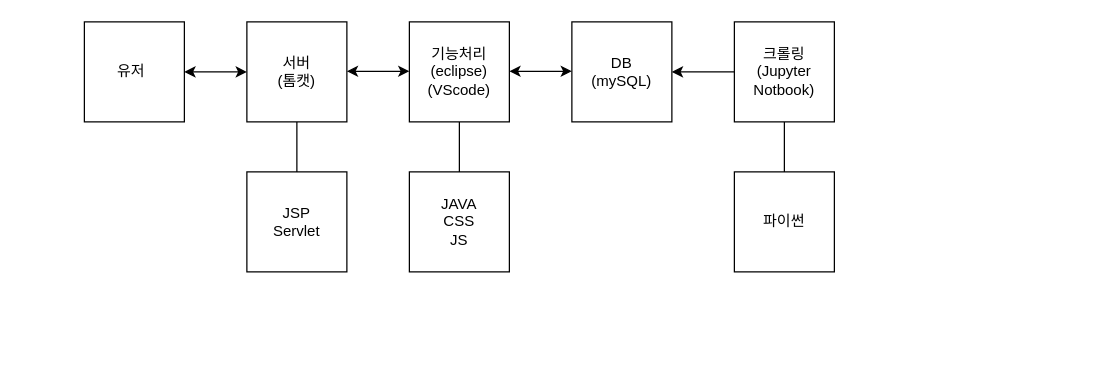
This is 제목 없는 다이어그램.drawio from OhJangRyeol/ai8erd, a draw.io file, before an edit. Source tidied: cells renumbered, new cells numbered last; positions are measured from the earlier drawing's top-left corner, leaving out a move shared by most shapes. Both pictures are drawn from the tidied source at 125%, with x=0, y=0 at pixel (84, 21).
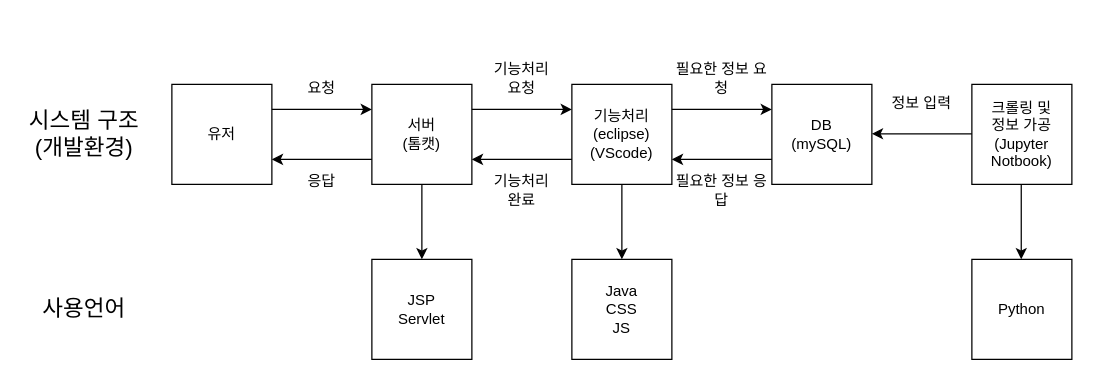
The same page after the edit.

Commit message (it also covers changes not shown here):
제목 없는 다이어그램.drawio 업데이트

What changed in the source:
```diff
@@
+    <mxCell id="5" value="유저" style="whiteSpace=wrap;html=1;" parent="1" vertex="1">
+      <mxGeometry x="70" y="50" width="80" height="80" as="geometry" />
+    </mxCell>
     <mxCell id="2" value="서버&lt;br&gt;(톰캣)" style="whiteSpace=wrap;html=1;" parent="1" vertex="1">
-      <mxGeometry x="130" width="80" height="80" as="geometry" />
+      <mxGeometry x="230" y="50" width="80" height="80" as="geometry" />
     </mxCell>
     <mxCell id="3" value="기능처리&lt;br&gt;(eclipse)&lt;br&gt;(VScode)" style="whiteSpace=wrap;html=1;" parent="1" vertex="1">
-      <mxGeometry x="260" width="80" height="80" as="geometry" />
+      <mxGeometry x="390" y="50" width="80" height="80" as="geometry" />
     </mxCell>
     <mxCell id="4" value="DB&lt;br&gt;(mySQL)" style="whiteSpace=wrap;html=1;" parent="1" vertex="1">
-      <mxGeometry x="390" width="80" height="80" as="geometry" />
+      <mxGeometry x="550" y="50" width="80" height="80" as="geometry" />
     </mxCell>
-    <mxCell id="5" value="유저&lt;span style=&quot;white-space: pre;&quot;&gt;&#9;&lt;/span&gt;" style="whiteSpace=wrap;html=1;" parent="1" vertex="1">
-      <mxGeometry width="80" height="80" as="geometry" />
-    </mxCell>
-    <mxCell id="6" style="endArrow=classic;startArrow=classic;html=1;rounded=0;exitX=1;exitY=0.5;exitDx=0;exitDy=0;entryX=0;entryY=0.5;entryDx=0;entryDy=0;" parent="1" edge="1" source="5" target="2">
-      <mxGeometry relative="1" as="geometry" />
-    </mxCell>
-    <mxCell id="7" style="endArrow=classic;startArrow=classic;html=1;rounded=0;exitX=1;exitY=0.5;exitDx=0;exitDy=0;entryX=0;entryY=0.5;entryDx=0;entryDy=0;" parent="1" edge="1">
-      <mxGeometry relative="1" as="geometry">
-        <mxPoint x="340" y="39.5" as="sourcePoint" />
-        <mxPoint x="390" y="39.5" as="targetPoint" />
-      </mxGeometry>
-    </mxCell>
-    <mxCell id="8" style="endArrow=classic;startArrow=classic;html=1;rounded=0;exitX=1;exitY=0.5;exitDx=0;exitDy=0;entryX=0;entryY=0.5;entryDx=0;entryDy=0;" parent="1" edge="1">
-      <mxGeometry relative="1" as="geometry">
-        <mxPoint x="210" y="39.5" as="sourcePoint" />
-        <mxPoint x="260" y="39.5" as="targetPoint" />
-      </mxGeometry>
-    </mxCell>
-    <mxCell id="9" value="크롤링&lt;br&gt;(Jupyter Notbook)" style="whiteSpace=wrap;html=1;" parent="1" vertex="1">
-      <mxGeometry x="520" width="80" height="80" as="geometry" />
-    </mxCell>
-    <mxCell id="10" style="endArrow=classic;html=1;rounded=0;exitX=0;exitY=0.5;exitDx=0;exitDy=0;entryX=1;entryY=0.5;entryDx=0;entryDy=0;" parent="1" edge="1" source="9" target="4">
-      <mxGeometry relative="1" as="geometry" />
-    </mxCell>
+    <mxCell id="17" value="크롤링 및&lt;br&gt;정보 가공&lt;br&gt;(Jupyter Notbook)" style="whiteSpace=wrap;html=1;" parent="1" vertex="1">
+      <mxGeometry x="710" y="50" width="80" height="80" as="geometry" />
+    </mxCell>
+    <mxCell id="18" style="endArrow=classic;html=1;rounded=0;exitX=1;exitY=0.25;exitDx=0;exitDy=0;" parent="1" edge="1" source="5">
+      <mxGeometry relative="1" as="geometry">
+        <mxPoint x="230" y="70" as="targetPoint" />
+      </mxGeometry>
+    </mxCell>
+    <mxCell id="19" style="endArrow=classic;html=1;rounded=0;exitX=1;exitY=0.25;exitDx=0;exitDy=0;" parent="1" edge="1">
+      <mxGeometry relative="1" as="geometry">
+        <mxPoint x="310" y="70" as="sourcePoint" />
+        <mxPoint x="390" y="70" as="targetPoint" />
+      </mxGeometry>
+    </mxCell>
+    <mxCell id="20" style="endArrow=classic;html=1;rounded=0;exitX=1;exitY=0.25;exitDx=0;exitDy=0;" parent="1" edge="1">
+      <mxGeometry relative="1" as="geometry">
+        <mxPoint x="470" y="70" as="sourcePoint" />
+        <mxPoint x="550" y="70" as="targetPoint" />
+      </mxGeometry>
+    </mxCell>
+    <mxCell id="21" style="endArrow=classic;html=1;rounded=0;exitX=0;exitY=0.75;exitDx=0;exitDy=0;entryX=1;entryY=0.75;entryDx=0;entryDy=0;" parent="1" edge="1" source="2" target="5">
+      <mxGeometry relative="1" as="geometry" />
+    </mxCell>
+    <mxCell id="22" style="endArrow=classic;html=1;rounded=0;exitX=0;exitY=0.75;exitDx=0;exitDy=0;entryX=1;entryY=0.75;entryDx=0;entryDy=0;" parent="1" edge="1">
+      <mxGeometry relative="1" as="geometry">
+        <mxPoint x="390" y="110" as="sourcePoint" />
+        <mxPoint x="310" y="110" as="targetPoint" />
+      </mxGeometry>
+    </mxCell>
+    <mxCell id="23" style="endArrow=classic;html=1;rounded=0;exitX=0;exitY=0.75;exitDx=0;exitDy=0;entryX=1;entryY=0.75;entryDx=0;entryDy=0;" parent="1" edge="1">
+      <mxGeometry relative="1" as="geometry">
+        <mxPoint x="550" y="110" as="sourcePoint" />
+        <mxPoint x="470" y="110" as="targetPoint" />
+      </mxGeometry>
+    </mxCell>
+    <mxCell id="24" style="endArrow=classic;html=1;rounded=0;exitX=0;exitY=0.75;exitDx=0;exitDy=0;entryX=1;entryY=0.75;entryDx=0;entryDy=0;" parent="1" edge="1">
+      <mxGeometry relative="1" as="geometry">
+        <mxPoint x="710" y="89.5" as="sourcePoint" />
+        <mxPoint x="630" y="89.5" as="targetPoint" />
+      </mxGeometry>
+    </mxCell>
+    <mxCell id="25" value="요청" style="text;html=1;strokeColor=none;fillColor=none;align=center;verticalAlign=middle;whiteSpace=wrap;rounded=0;" parent="1" vertex="1">
+      <mxGeometry x="160" y="37.5" width="60" height="30" as="geometry" />
+    </mxCell>
+    <mxCell id="26" value="응답" style="text;html=1;strokeColor=none;fillColor=none;align=center;verticalAlign=middle;whiteSpace=wrap;rounded=0;" parent="1" vertex="1">
+      <mxGeometry x="160" y="112.5" width="60" height="30" as="geometry" />
+    </mxCell>
+    <mxCell id="27" style="endArrow=classic;html=1;rounded=0;entryX=0.5;entryY=0;entryDx=0;entryDy=0;exitX=0.5;exitY=1;exitDx=0;exitDy=0;" parent="1" edge="1" source="2" target="11">
+      <mxGeometry relative="1" as="geometry" />
+    </mxCell>
     <mxCell id="11" value="JSP&lt;br&gt;Servlet" style="whiteSpace=wrap;html=1;" parent="1" vertex="1">
-      <mxGeometry x="130" y="120" width="80" height="80" as="geometry" />
+      <mxGeometry x="230" y="190" width="80" height="80" as="geometry" />
     </mxCell>
-    <mxCell id="12" value="JAVA&lt;br&gt;CSS&lt;br&gt;JS" style="whiteSpace=wrap;html=1;" parent="1" vertex="1">
-      <mxGeometry x="260" y="120" width="80" height="80" as="geometry" />
-    </mxCell>
-    <mxCell id="13" value="파이썬" style="whiteSpace=wrap;html=1;" parent="1" vertex="1">
-      <mxGeometry x="520" y="120" width="80" height="80" as="geometry" />
-    </mxCell>
-    <mxCell id="14" style="endArrow=none;html=1;rounded=0;entryX=0.5;entryY=1;entryDx=0;entryDy=0;" parent="1" edge="1" source="11" target="2">
-      <mxGeometry relative="1" as="geometry" />
-    </mxCell>
-    <mxCell id="15" style="endArrow=none;html=1;rounded=0;exitX=0.5;exitY=0;exitDx=0;exitDy=0;entryX=0.5;entryY=1;entryDx=0;entryDy=0;" parent="1" edge="1" source="12" target="3">
-      <mxGeometry relative="1" as="geometry" />
-    </mxCell>
-    <mxCell id="16" style="endArrow=none;html=1;rounded=0;entryX=0.5;entryY=0;entryDx=0;entryDy=0;exitX=0.5;exitY=1;exitDx=0;exitDy=0;" parent="1" edge="1" source="9" target="13">
-      <mxGeometry relative="1" as="geometry" />
-    </mxCell>
+    <mxCell id="28" style="endArrow=classic;html=1;rounded=0;entryX=0.5;entryY=0;entryDx=0;entryDy=0;exitX=0.5;exitY=1;exitDx=0;exitDy=0;" parent="1" edge="1" target="29">
+      <mxGeometry relative="1" as="geometry">
+        <mxPoint x="430" y="130" as="sourcePoint" />
+      </mxGeometry>
+    </mxCell>
+    <mxCell id="29" value="Java&lt;br&gt;CSS&lt;br&gt;JS" style="whiteSpace=wrap;html=1;" parent="1" vertex="1">
+      <mxGeometry x="390" y="190" width="80" height="80" as="geometry" />
+    </mxCell>
+    <mxCell id="30" value="Python" style="whiteSpace=wrap;html=1;" parent="1" vertex="1">
+      <mxGeometry x="710" y="190" width="80" height="80" as="geometry" />
+    </mxCell>
+    <mxCell id="31" value="&lt;font style=&quot;font-size: 18px;&quot;&gt;사용언어&lt;/font&gt;" style="text;html=1;strokeColor=none;fillColor=none;align=center;verticalAlign=middle;whiteSpace=wrap;rounded=0;" parent="1" vertex="1">
+      <mxGeometry x="-50" y="207.5" width="100" height="45" as="geometry" />
+    </mxCell>
+    <mxCell id="32" value="&lt;span style=&quot;font-size: 18px;&quot;&gt;시스템 구조&lt;br&gt;(개발환경)&lt;br&gt;&lt;/span&gt;" style="text;html=1;strokeColor=none;fillColor=none;align=center;verticalAlign=middle;whiteSpace=wrap;rounded=0;" parent="1" vertex="1">
+      <mxGeometry x="-50" y="67.5" width="100" height="45" as="geometry" />
+    </mxCell>
+    <mxCell id="33" style="endArrow=classic;html=1;rounded=0;entryX=0.5;entryY=0;entryDx=0;entryDy=0;exitX=0.5;exitY=1;exitDx=0;exitDy=0;" parent="1" edge="1">
+      <mxGeometry relative="1" as="geometry">
+        <mxPoint x="749.5" y="130" as="sourcePoint" />
+        <mxPoint x="749.5" y="190" as="targetPoint" />
+      </mxGeometry>
+    </mxCell>
+    <mxCell id="34" value="정보 입력" style="text;html=1;strokeColor=none;fillColor=none;align=center;verticalAlign=middle;whiteSpace=wrap;rounded=0;" parent="1" vertex="1">
+      <mxGeometry x="640" y="50" width="60" height="30" as="geometry" />
+    </mxCell>
+    <mxCell id="35" value="기능처리 요청" style="text;html=1;strokeColor=none;fillColor=none;align=center;verticalAlign=middle;whiteSpace=wrap;rounded=0;" parent="1" vertex="1">
+      <mxGeometry x="320" y="30" width="60" height="30" as="geometry" />
+    </mxCell>
+    <mxCell id="36" value="필요한 정보 요청" style="text;html=1;strokeColor=none;fillColor=none;align=center;verticalAlign=middle;whiteSpace=wrap;rounded=0;" parent="1" vertex="1">
+      <mxGeometry x="470" y="30" width="80" height="30" as="geometry" />
+    </mxCell>
+    <mxCell id="37" value="필요한 정보 응답" style="text;html=1;strokeColor=none;fillColor=none;align=center;verticalAlign=middle;whiteSpace=wrap;rounded=0;" parent="1" vertex="1">
+      <mxGeometry x="470" y="120" width="80" height="30" as="geometry" />
+    </mxCell>
+    <mxCell id="38" value="기능처리 완료" style="text;html=1;strokeColor=none;fillColor=none;align=center;verticalAlign=middle;whiteSpace=wrap;rounded=0;" parent="1" vertex="1">
+      <mxGeometry x="320" y="120" width="60" height="30" as="geometry" />
+    </mxCell>
```
